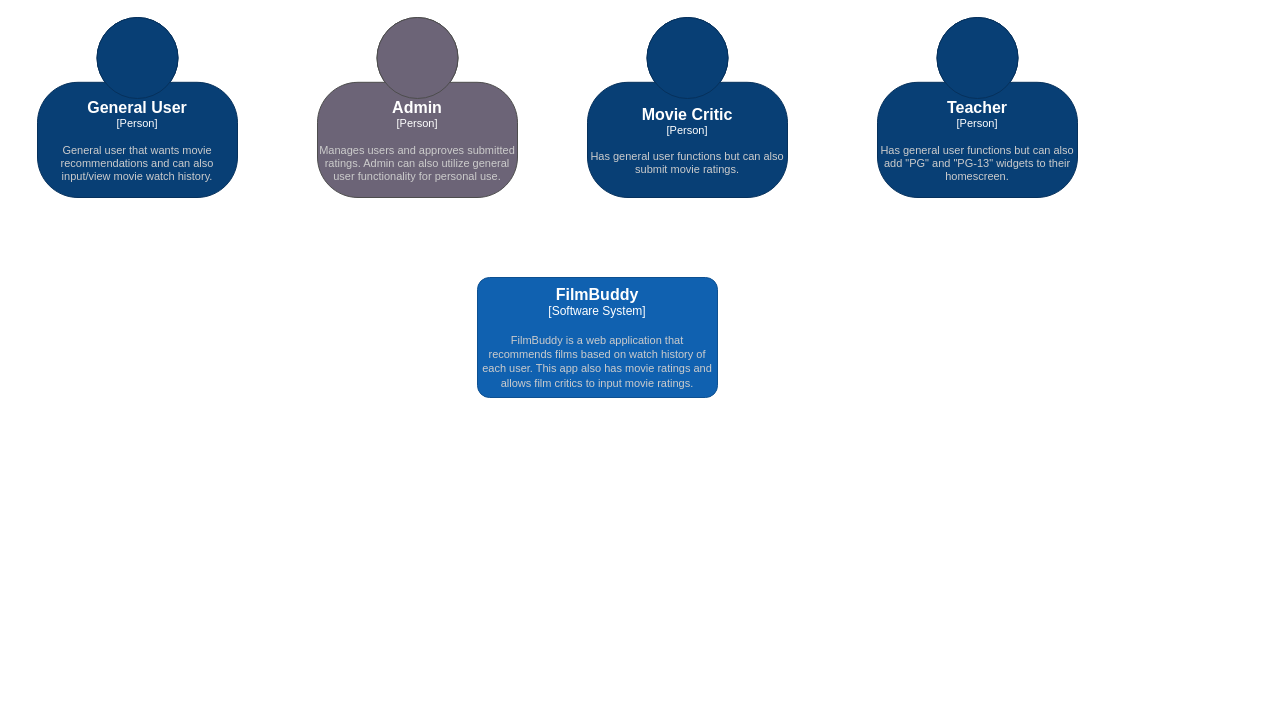
Before: docs/Untitled Diagram.drawio in yaztazz/CYBR8470_FilmBuddy, a draw.io diagram. Source tidied: cells renumbered, new cells numbered last; positions are measured from the earlier drawing's top-left corner, leaving out a move shared by most shapes. Both pictures are drawn from the tidied source at 100%, with x=0, y=0 at pixel (37, 17).
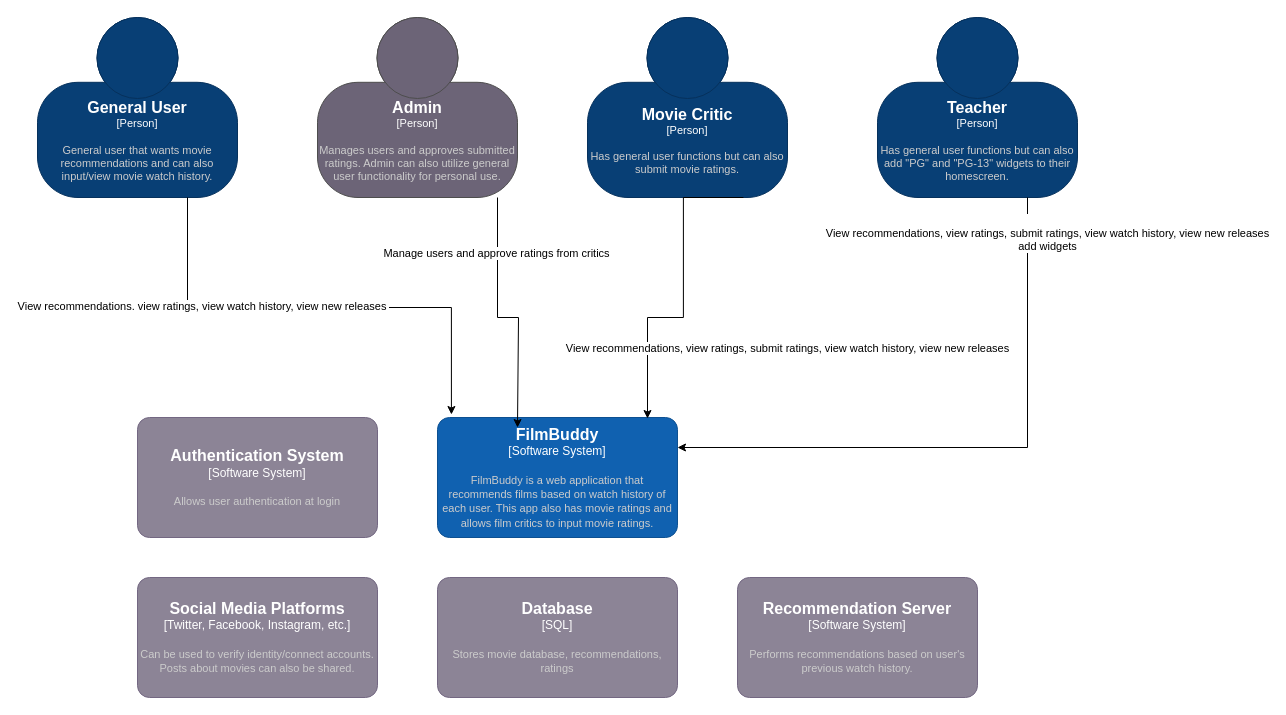
After the change.

The change refers to these unchanged cells:
```xml
<object id="2" label="&lt;font style=&quot;font-size: 16px&quot;&gt;&lt;b&gt;%c4Name%&lt;/b&gt;&lt;/font&gt;&lt;div&gt;[%c4Type%]&lt;/div&gt;&lt;br&gt;&lt;div&gt;&lt;font style=&quot;font-size: 11px&quot;&gt;&lt;font color=&quot;#cccccc&quot;&gt;%c4Description%&lt;/font&gt;&lt;/div&gt;" c4Description="General user that wants movie recommendations and can also input/view movie watch history." c4Name="General User" c4Type="Person" placeholders="1">
  <mxCell style="html=1;fontSize=11;dashed=0;whiteSpace=wrap;fillColor=#083F75;strokeColor=#06315C;fontColor=#ffffff;shape=mxgraph.c4.person2;align=center;points=[[0.5,0,0],[1,0.5,0],[1,0.75,0],[0.75,1,0],[0.5,1,0],[0.25,1,0],[0,0.75,0],[0,0.5,0]];" parent="1" vertex="1">
    <mxGeometry width="200" height="180" as="geometry" />
  </mxCell>
</object>
<object id="3" label="&lt;font style=&quot;font-size: 16px&quot;&gt;&lt;b&gt;%c4Name%&lt;/b&gt;&lt;/font&gt;&lt;div&gt;[%c4Type%]&lt;/div&gt;&lt;br&gt;&lt;div&gt;&lt;font style=&quot;font-size: 11px&quot;&gt;&lt;font color=&quot;#cccccc&quot;&gt;%c4Description%&lt;/font&gt;&lt;/div&gt;" c4Description="Manages users and approves submitted ratings. Admin can also utilize general user functionality for personal use. " c4Name="Admin" c4Type="Person" placeholders="1">
  <mxCell style="html=1;fontSize=11;dashed=0;whiteSpace=wrap;fillColor=#6C6477;strokeColor=#4D4D4D;fontColor=#ffffff;shape=mxgraph.c4.person2;align=center;points=[[0.5,0,0],[1,0.5,0],[1,0.75,0],[0.75,1,0],[0.5,1,0],[0.25,1,0],[0,0.75,0],[0,0.5,0]];" parent="1" vertex="1">
    <mxGeometry x="280" width="200" height="180" as="geometry" />
  </mxCell>
</object>
<object id="5" label="&lt;font style=&quot;font-size: 16px&quot;&gt;&lt;b&gt;%c4Name%&lt;/b&gt;&lt;/font&gt;&lt;div&gt;[%c4Type%]&lt;/div&gt;&lt;br&gt;&lt;div&gt;&lt;font style=&quot;font-size: 11px&quot;&gt;&lt;font color=&quot;#cccccc&quot;&gt;%c4Description%&lt;/font&gt;&lt;/div&gt;" c4Description="Has general user functions but can also add &quot;PG&quot; and &quot;PG-13&quot; widgets to their homescreen. " c4Name="Teacher" c4Type="Person" placeholders="1">
  <mxCell style="html=1;fontSize=11;dashed=0;whiteSpace=wrap;fillColor=#083F75;strokeColor=#06315C;fontColor=#ffffff;shape=mxgraph.c4.person2;align=center;points=[[0.5,0,0],[1,0.5,0],[1,0.75,0],[0.75,1,0],[0.5,1,0],[0.25,1,0],[0,0.75,0],[0,0.5,0]];" parent="1" vertex="1">
    <mxGeometry x="840" width="200" height="180" as="geometry" />
  </mxCell>
</object>
```

Change to the diagram source:
```diff
@@
     <object id="6" label="&lt;font style=&quot;font-size: 16px&quot;&gt;&lt;b&gt;%c4Name%&lt;/b&gt;&lt;/font&gt;&lt;div&gt;[%c4Type%]&lt;/div&gt;&lt;br&gt;&lt;div&gt;&lt;font style=&quot;font-size: 11px&quot;&gt;&lt;font color=&quot;#cccccc&quot;&gt;%c4Description%&lt;/font&gt;&lt;/div&gt;" c4Description="FilmBuddy is a web application that recommends films based on watch history of each user. This app also has movie ratings and allows film critics to input movie ratings. " c4Name="FilmBuddy" c4Type="Software System" placeholders="1">
       <mxCell style="rounded=1;whiteSpace=wrap;html=1;labelBackgroundColor=none;fillColor=#1061B0;fontColor=#ffffff;align=center;arcSize=10;strokeColor=#0D5091;points=[[0.25,0,0],[0.5,0,0],[0.75,0,0],[1,0.25,0],[1,0.5,0],[1,0.75,0],[0.75,1,0],[0.5,1,0],[0.25,1,0],[0,0.75,0],[0,0.5,0],[0,0.25,0]];" parent="1" vertex="1">
-        <mxGeometry x="440" y="260" width="240" height="120" as="geometry" />
+        <mxGeometry x="400" y="400" width="240" height="120" as="geometry" />
       </mxCell>
     </object>
+    <mxCell id="7" style="edgeStyle=orthogonalEdgeStyle;rounded=0;jettySize=auto;html=1;exitX=0.75;exitY=1;exitDx=0;exitDy=0;exitPerimeter=0;entryX=0.058;entryY=-0.025;entryDx=0;entryDy=0;entryPerimeter=0;" parent="1" edge="1" source="2" target="6">
+      <mxGeometry relative="1" as="geometry" />
+    </mxCell>
+    <mxCell id="8" value="View recommendations. view ratings, view watch history, view new releases&amp;nbsp;" style="edgeLabel;html=1;align=center;verticalAlign=middle;" parent="7" vertex="1">
+      <mxGeometry x="-0.48" y="2" relative="1" as="geometry" />
+    </mxCell>
+    <mxCell id="9" style="edgeStyle=orthogonalEdgeStyle;rounded=0;jettySize=auto;html=1;entryX=0.279;entryY=0;entryDx=0;entryDy=0;entryPerimeter=0;" parent="1" edge="1" source="3">
+      <mxGeometry relative="1" as="geometry">
+        <mxPoint x="480" y="410" as="targetPoint" />
+        <Array as="points">
+          <mxPoint x="460" y="300" />
+          <mxPoint x="481" y="300" />
+        </Array>
+      </mxGeometry>
+    </mxCell>
+    <mxCell id="10" value="Manage users and approve ratings from critics" style="edgeLabel;html=1;align=center;verticalAlign=middle;" parent="9" vertex="1">
+      <mxGeometry x="-0.56" y="-2" relative="1" as="geometry" />
+    </mxCell>
+    <mxCell id="11" style="edgeStyle=orthogonalEdgeStyle;rounded=0;orthogonalLoop=1;jettySize=auto;html=1;exitX=0.5;exitY=1;exitDx=0;exitDy=0;exitPerimeter=0;entryX=0.642;entryY=0.008;entryDx=0;entryDy=0;entryPerimeter=0;" parent="1" edge="1">
+      <mxGeometry relative="1" as="geometry">
+        <mxPoint x="705.9" y="180" as="sourcePoint" />
+        <mxPoint x="610" y="401" as="targetPoint" />
+        <Array as="points">
+          <mxPoint x="645.9" y="180" />
+          <mxPoint x="645.9" y="300" />
+          <mxPoint x="609.9" y="300" />
+        </Array>
+      </mxGeometry>
+    </mxCell>
+    <mxCell id="12" value="View recommendations, view ratings, submit ratings, view watch history, view new releases" style="edgeLabel;html=1;align=center;verticalAlign=middle;" parent="11" vertex="1">
+      <mxGeometry x="-0.1" y="-1" relative="1" as="geometry">
+        <mxPoint x="105" y="67" as="offset" />
+      </mxGeometry>
+    </mxCell>
+    <mxCell id="13" value="&lt;br&gt;&lt;span style=&quot;color: rgb(0, 0, 0); font-family: Helvetica; font-size: 11px; font-style: normal; font-variant-ligatures: normal; font-variant-caps: normal; font-weight: 400; letter-spacing: normal; orphans: 2; text-align: center; text-indent: 0px; text-transform: none; widows: 2; word-spacing: 0px; -webkit-text-stroke-width: 0px; white-space: nowrap; background-color: rgb(255, 255, 255); text-decoration-thickness: initial; text-decoration-style: initial; text-decoration-color: initial; display: inline !important; float: none;&quot;&gt;View recommendations, view ratings, submit ratings, view watch history, view new releases&lt;/span&gt;&lt;br&gt;add widgets" style="edgeStyle=orthogonalEdgeStyle;rounded=0;jettySize=auto;html=1;exitX=0.75;exitY=1;exitDx=0;exitDy=0;exitPerimeter=0;entryX=1;entryY=0.25;entryDx=0;entryDy=0;entryPerimeter=0;" parent="1" edge="1" source="5" target="6">
+      <mxGeometry x="-0.88" y="20" relative="1" as="geometry" />
+    </mxCell>
+    <object id="14" label="&lt;font style=&quot;font-size: 16px&quot;&gt;&lt;b&gt;%c4Name%&lt;/b&gt;&lt;/font&gt;&lt;div&gt;[%c4Type%]&lt;/div&gt;&lt;br&gt;&lt;div&gt;&lt;font style=&quot;font-size: 11px&quot;&gt;&lt;font color=&quot;#cccccc&quot;&gt;%c4Description%&lt;/font&gt;&lt;/div&gt;" c4Description="Allows user authentication at login" c4Name="Authentication System" c4Type="Software System" placeholders="1">
+      <mxCell style="rounded=1;whiteSpace=wrap;html=1;labelBackgroundColor=none;fillColor=#8C8496;fontColor=#ffffff;align=center;arcSize=10;strokeColor=#736782;" parent="1" vertex="1">
+        <mxGeometry x="100" y="400" width="240" height="120" as="geometry" />
+      </mxCell>
+    </object>
+    <object id="15" label="&lt;font style=&quot;font-size: 16px&quot;&gt;&lt;b&gt;%c4Name%&lt;/b&gt;&lt;/font&gt;&lt;div&gt;[%c4Type%]&lt;/div&gt;&lt;br&gt;&lt;div&gt;&lt;font style=&quot;font-size: 11px&quot;&gt;&lt;font color=&quot;#cccccc&quot;&gt;%c4Description%&lt;/font&gt;&lt;/div&gt;" c4Description="Can be used to verify identity/connect accounts. Posts about movies can also be shared. " c4Name="Social Media Platforms" c4Type="Twitter, Facebook, Instagram, etc." placeholders="1">
+      <mxCell style="rounded=1;whiteSpace=wrap;html=1;labelBackgroundColor=none;fillColor=#8C8496;fontColor=#ffffff;align=center;arcSize=10;strokeColor=#736782;" parent="1" vertex="1">
+        <mxGeometry x="100" y="560" width="240" height="120" as="geometry" />
+      </mxCell>
+    </object>
+    <object id="16" label="&lt;font style=&quot;font-size: 16px&quot;&gt;&lt;b&gt;%c4Name%&lt;/b&gt;&lt;/font&gt;&lt;div&gt;[%c4Type%]&lt;/div&gt;&lt;br&gt;&lt;div&gt;&lt;font style=&quot;font-size: 11px&quot;&gt;&lt;font color=&quot;#cccccc&quot;&gt;%c4Description%&lt;/font&gt;&lt;/div&gt;" c4Description="Stores movie database, recommendations, ratings" c4Name="Database" c4Type="SQL" placeholders="1">
+      <mxCell style="rounded=1;whiteSpace=wrap;html=1;labelBackgroundColor=none;fillColor=#8C8496;fontColor=#ffffff;align=center;arcSize=10;strokeColor=#736782;" parent="1" vertex="1">
+        <mxGeometry x="400" y="560" width="240" height="120" as="geometry" />
+      </mxCell>
+    </object>
+    <object id="17" label="&lt;font style=&quot;font-size: 16px&quot;&gt;&lt;b&gt;%c4Name%&lt;/b&gt;&lt;/font&gt;&lt;div&gt;[%c4Type%]&lt;/div&gt;&lt;br&gt;&lt;div&gt;&lt;font style=&quot;font-size: 11px&quot;&gt;&lt;font color=&quot;#cccccc&quot;&gt;%c4Description%&lt;/font&gt;&lt;/div&gt;" c4Description="Performs recommendations based on user's previous watch history. " c4Name="Recommendation Server" c4Type="Software System" placeholders="1">
+      <mxCell style="rounded=1;whiteSpace=wrap;html=1;labelBackgroundColor=none;fillColor=#8C8496;fontColor=#ffffff;align=center;arcSize=10;strokeColor=#736782;" parent="1" vertex="1">
+        <mxGeometry x="700" y="560" width="240" height="120" as="geometry" />
+      </mxCell>
+    </object>
```
